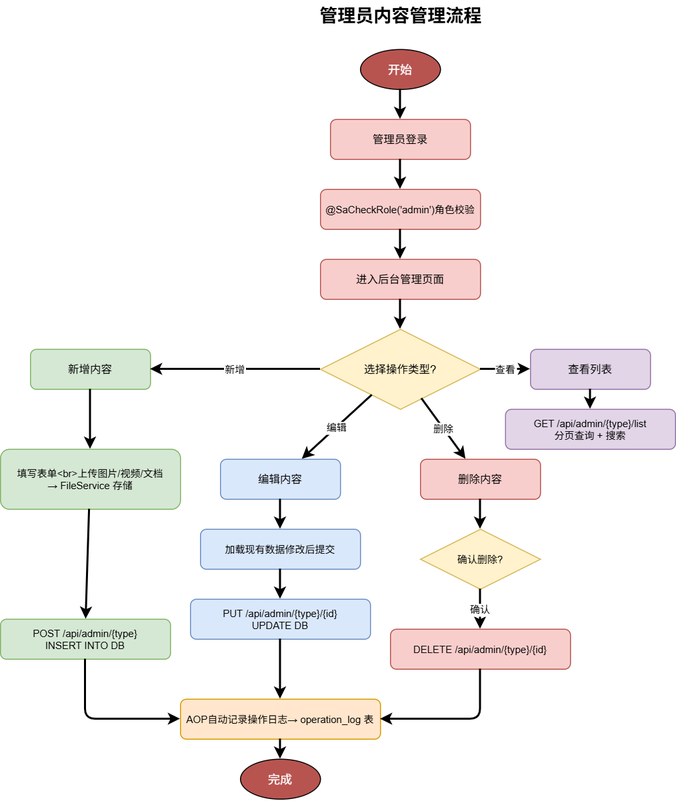
Before: docs/diagrams-png/flow-admin.drawio.png, a diagram exported from draw.io (yhe3603-star/Graduation-Project). Source tidied: cells renumbered, new cells last; positions are measured from the earlier drawing's top-left corner, leaving out a move shared by most shapes.
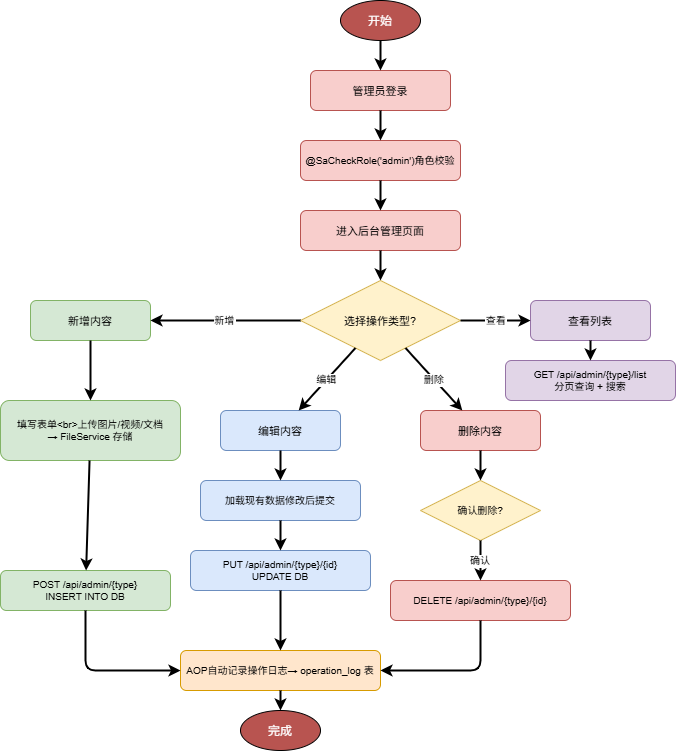
After the change.

The edit, as a diff of the source:
```diff
@@ -2,23 +2,20 @@
   <root>
     <mxCell id="0" />
     <mxCell id="1" parent="0" />
-    <mxCell id="2" value="管理员内容管理流程" style="text;html=1;fontSize=18;fontStyle=1;align=center;" parent="1" vertex="1">
-      <mxGeometry x="250" width="300" height="35" as="geometry" />
-    </mxCell>
     <mxCell id="3" value="开始" style="ellipse;fillColor=#b85450;fontColor=#fff;" parent="1" vertex="1">
-      <mxGeometry x="360" y="50" width="80" height="40" as="geometry" />
+      <mxGeometry x="340" y="50" width="80" height="40" as="geometry" />
     </mxCell>
     <mxCell id="4" value="管理员登录" style="rounded=1;fillColor=#f8cecc;strokeColor=#b85450;fontSize=11;" parent="1" vertex="1">
-      <mxGeometry x="330" y="120" width="140" height="40" as="geometry" />
+      <mxGeometry x="310" y="120" width="140" height="40" as="geometry" />
     </mxCell>
     <mxCell id="5" value="@SaCheckRole('admin')角色校验" style="rounded=1;fillColor=#f8cecc;strokeColor=#b85450;fontSize=10;" parent="1" vertex="1">
-      <mxGeometry x="320" y="190" width="160" height="40" as="geometry" />
+      <mxGeometry x="300" y="190" width="160" height="40" as="geometry" />
     </mxCell>
     <mxCell id="6" value="进入后台管理页面" style="rounded=1;fillColor=#f8cecc;strokeColor=#b85450;fontSize=11;" parent="1" vertex="1">
-      <mxGeometry x="320" y="260" width="160" height="40" as="geometry" />
+      <mxGeometry x="300" y="260" width="160" height="40" as="geometry" />
     </mxCell>
     <mxCell id="7" value="选择操作类型?" style="rhombus;fillColor=#fff2cc;strokeColor=#d6b656;fontSize=11;" parent="1" vertex="1">
-      <mxGeometry x="320" y="330" width="160" height="80" as="geometry" />
+      <mxGeometry x="300" y="330" width="160" height="80" as="geometry" />
     </mxCell>
     <mxCell id="8" value="新增内容" style="rounded=1;fillColor=#d5e8d4;strokeColor=#82b366;fontSize=11;" parent="1" vertex="1">
       <mxGeometry x="30" y="350" width="120" height="40" as="geometry" />
```
